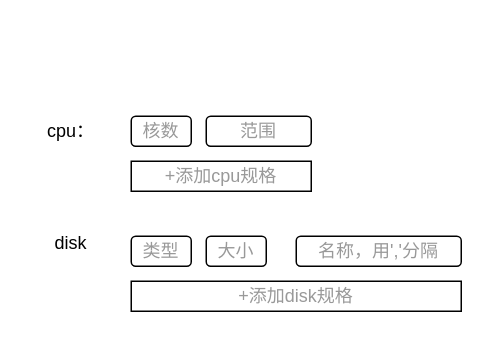
wupei-w/diagrams keeps this draw.io diagram as 创建宿主机规格.drawio. Above is the earlier version. Source tidied: cells renumbered, new cells numbered last; positions are measured from the earlier drawing's top-left corner, leaving out a move shared by most shapes. Both pictures are drawn from the tidied source at 150%, with x=0, y=0 at pixel (26, 108).
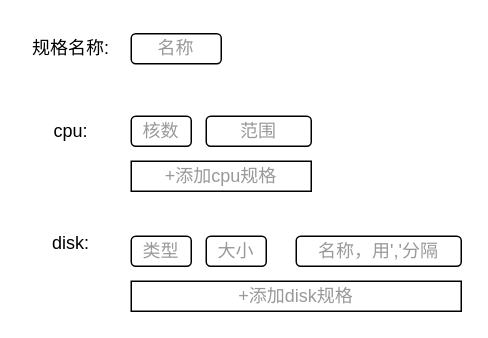
After the change.

Commit message (it also covers changes not shown here):
更新创建宿主机规格.drawio

The edit, as a diff of the source:
```diff
@@
 <mxGraphModel>
   <root>
     <mxCell id="0" />
     <mxCell id="1" parent="0" />
     <mxCell id="2" value="&lt;font color=&quot;#999999&quot;&gt;核数&lt;/font&gt;" style="rounded=1;whiteSpace=wrap;html=1;" parent="1" vertex="1">
       <mxGeometry x="70" y="5" width="40" height="20" as="geometry" />
     </mxCell>
-    <mxCell id="3" value="cpu：" style="text;html=1;strokeColor=none;fillColor=none;align=center;verticalAlign=middle;whiteSpace=wrap;rounded=0;" parent="1" vertex="1">
+    <mxCell id="3" value="cpu:" style="text;html=1;strokeColor=none;fillColor=none;align=center;verticalAlign=middle;whiteSpace=wrap;rounded=0;" parent="1" vertex="1">
       <mxGeometry width="60" height="30" as="geometry" />
     </mxCell>
     <mxCell id="4" value="&lt;font color=&quot;#999999&quot;&gt;范围&lt;/font&gt;" style="rounded=1;whiteSpace=wrap;html=1;" parent="1" vertex="1">
       <mxGeometry x="120" y="5" width="70" height="20" as="geometry" />
     </mxCell>
     <mxCell id="5" value="&lt;font color=&quot;#999999&quot;&gt;+添加cpu规格&lt;/font&gt;" style="rounded=0;whiteSpace=wrap;html=1;" parent="1" vertex="1">
       <mxGeometry x="70" y="35" width="120" height="20" as="geometry" />
     </mxCell>
-    <mxCell id="6" value="disk" style="text;html=1;strokeColor=none;fillColor=none;align=center;verticalAlign=middle;whiteSpace=wrap;rounded=0;" parent="1" vertex="1">
+    <mxCell id="6" value="disk:" style="text;html=1;strokeColor=none;fillColor=none;align=center;verticalAlign=middle;whiteSpace=wrap;rounded=0;" parent="1" vertex="1">
       <mxGeometry y="75" width="60" height="30" as="geometry" />
     </mxCell>
     <mxCell id="7" value="&lt;font color=&quot;#999999&quot;&gt;类型&lt;/font&gt;" style="rounded=1;whiteSpace=wrap;html=1;" parent="1" vertex="1">
       <mxGeometry x="70" y="85" width="40" height="20" as="geometry" />
     </mxCell>
     <mxCell id="8" value="&lt;font color=&quot;#999999&quot;&gt;大小&lt;/font&gt;" style="rounded=1;whiteSpace=wrap;html=1;" parent="1" vertex="1">
       <mxGeometry x="120" y="85" width="40" height="20" as="geometry" />
     </mxCell>
     <mxCell id="9" value="&lt;font color=&quot;#999999&quot;&gt;名称，用','分隔&lt;/font&gt;" style="rounded=1;whiteSpace=wrap;html=1;" parent="1" vertex="1">
       <mxGeometry x="180" y="85" width="110" height="20" as="geometry" />
     </mxCell>
     <mxCell id="10" value="&lt;font color=&quot;#999999&quot;&gt;+添加disk规格&lt;/font&gt;" style="rounded=0;whiteSpace=wrap;html=1;" parent="1" vertex="1">
       <mxGeometry x="70" y="115" width="220" height="20" as="geometry" />
     </mxCell>
+    <mxCell id="11" value="规格名称:" style="text;html=1;strokeColor=none;fillColor=none;align=center;verticalAlign=middle;whiteSpace=wrap;rounded=0;" parent="1" vertex="1">
+      <mxGeometry y="-55" width="60" height="30" as="geometry" />
+    </mxCell>
+    <mxCell id="12" value="&lt;font color=&quot;#999999&quot;&gt;名称&lt;/font&gt;" style="rounded=1;whiteSpace=wrap;html=1;" parent="1" vertex="1">
+      <mxGeometry x="70" y="-50" width="60" height="20" as="geometry" />
+    </mxCell>
   </root>
 </mxGraphModel>
```
